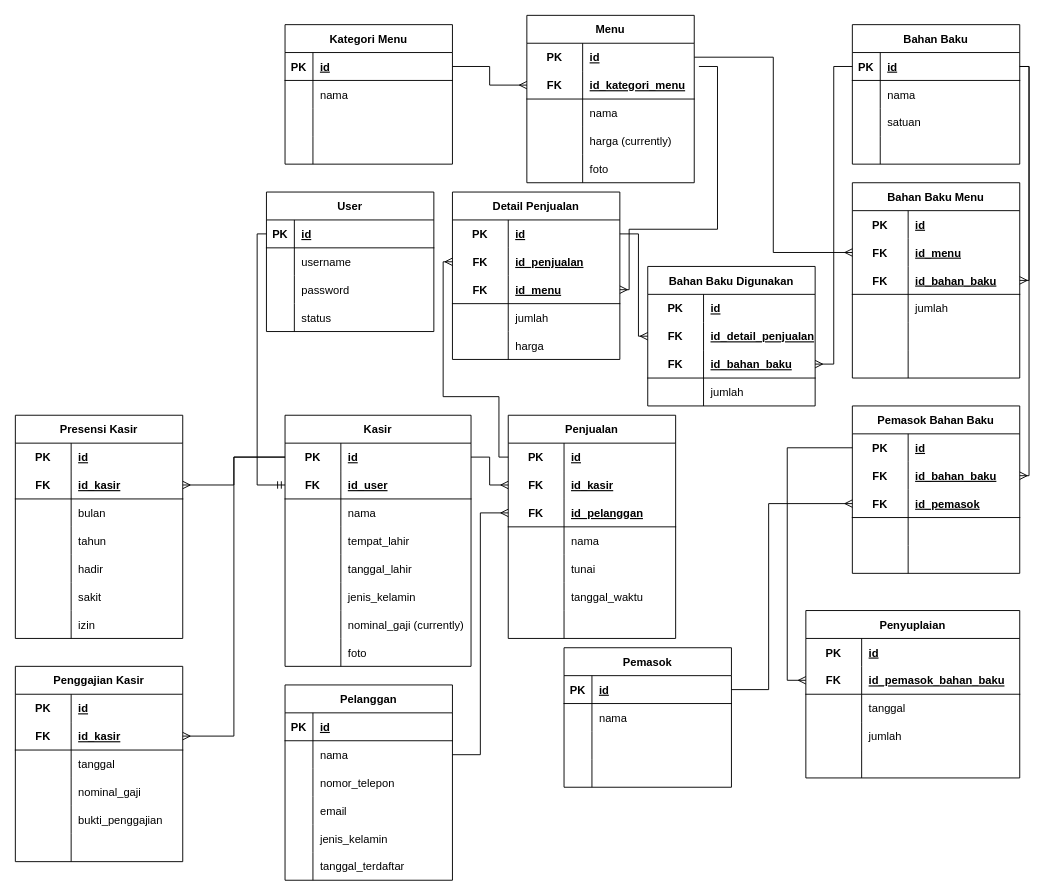
Above: database/Database Schema.drawio in yafizh/Majelis-Kopi-PKL (draw.io), before the change. Source tidied: cells renumbered, new cells numbered last; positions are measured from the earlier drawing's top-left corner, leaving out a move shared by most shapes. Both pictures are drawn from the tidied source at 93%, with x=0, y=0 at pixel (15, 15).
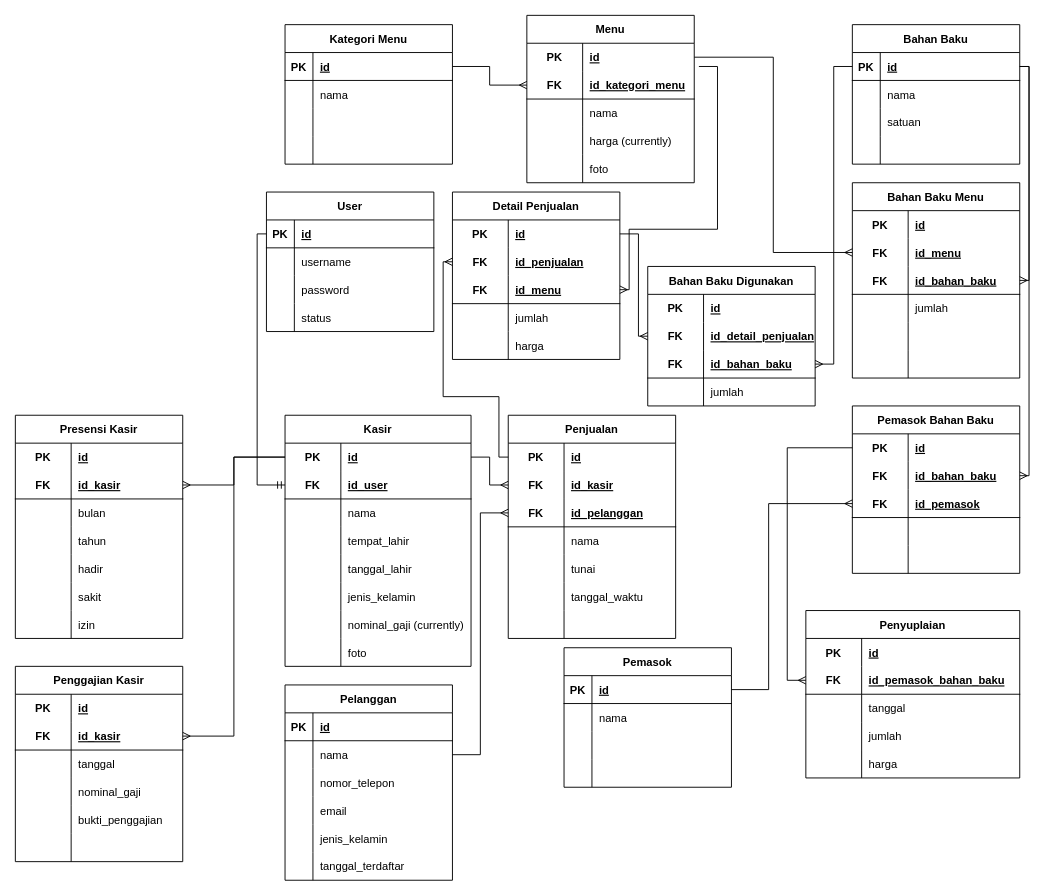
Above is the later version.

Unchanged cells that the change refers to:
```xml
<mxCell id="104" style="shape=tableRow;horizontal=0;startSize=0;swimlaneHead=0;swimlaneBody=0;fillColor=none;top=0;left=0;right=0;bottom=0;" parent="91" vertex="1">
  <mxGeometry y="150" width="230" height="30" as="geometry" />
</mxCell>
```

What changed in the source:
```diff
@@
-    <mxCell id="106" style="shape=partialRectangle;fillColor=none;top=0;left=0;bottom=0;right=0;align=left;spacingLeft=6;overflow=hidden;" parent="104" vertex="1">
+    <mxCell id="106" value="harga" style="shape=partialRectangle;fillColor=none;top=0;left=0;bottom=0;right=0;align=left;spacingLeft=6;overflow=hidden;" parent="104" vertex="1">
       <mxGeometry x="60" width="170" height="30" as="geometry" />
     </mxCell>
```
